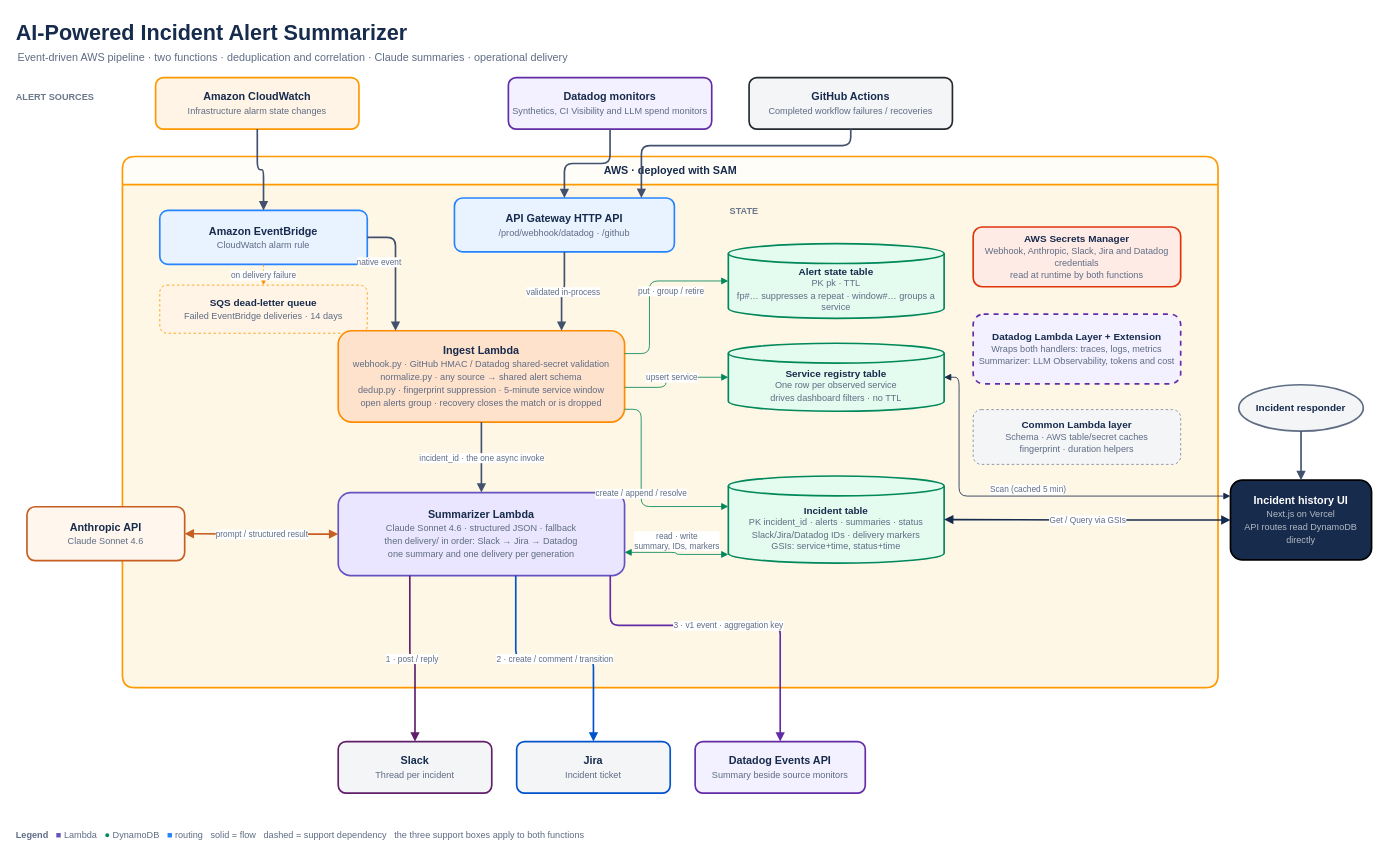
Before: docs/architecture.drawio in snacksnack/ai-incident-summarizer, a draw.io diagram. Source tidied: cells renumbered, new cells numbered last; positions are measured from the earlier drawing's top-left corner, leaving out a move shared by most shapes. Both pictures are drawn from the tidied source at 83%, with x=0, y=0 at pixel (14, 14).
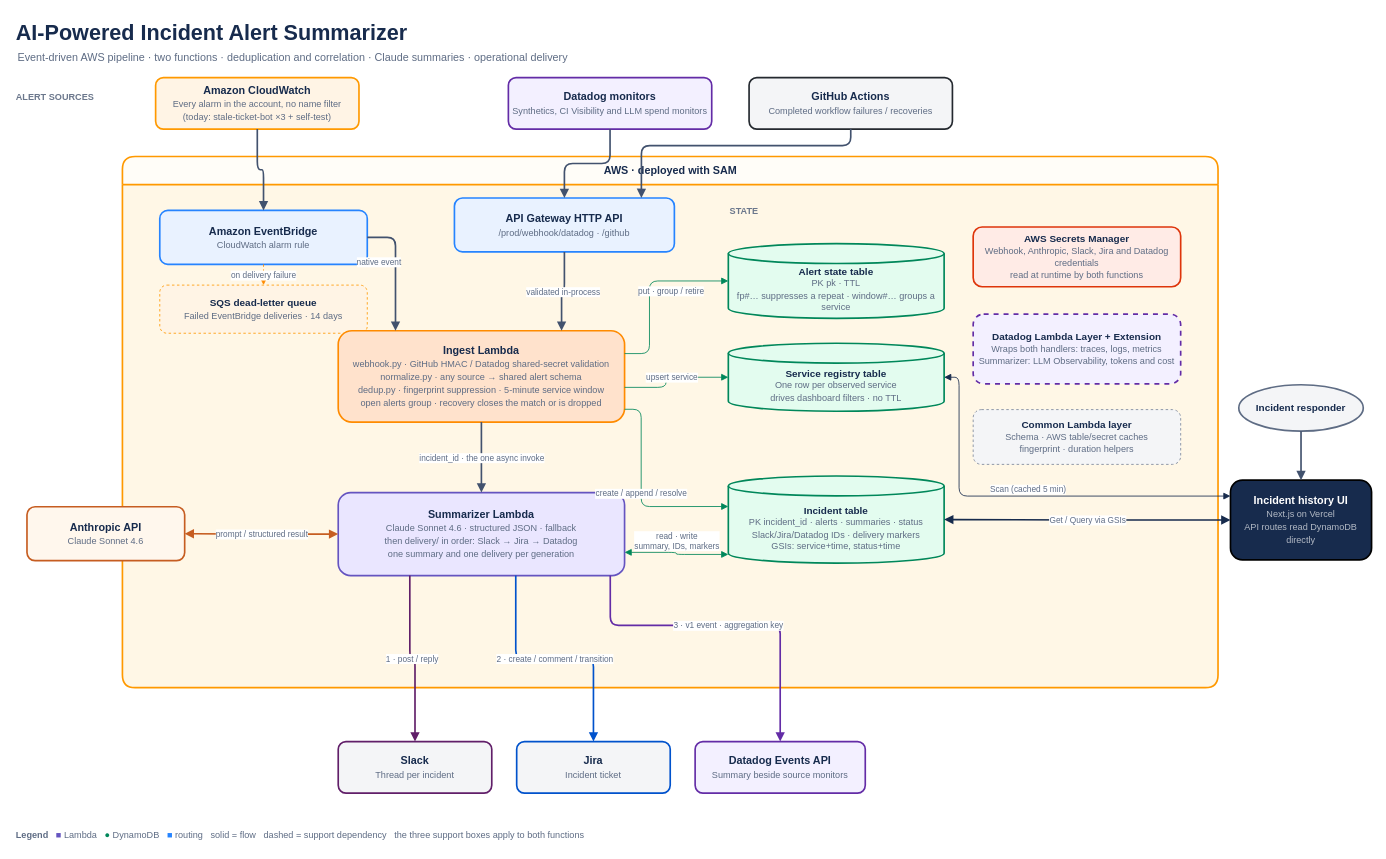
The same diagram, later.

Commit message (it also covers changes not shown here):
RC1-435: document how the CloudWatch source is fed

Diff of the diagram source:
```diff
@@
-    <mxCell id="5" value="&lt;b&gt;Amazon CloudWatch&lt;/b&gt;&lt;br&gt;&lt;font style=&quot;font-size:11px;color:#5E6C84&quot;&gt;Infrastructure alarm state changes&lt;/font&gt;" style="rounded=1;whiteSpace=wrap;html=1;fillColor=#FFF4E5;strokeColor=#FF9900;strokeWidth=2;fontSize=13;fontColor=#172B4D;" parent="1" vertex="1">
+    <mxCell id="5" value="&lt;b&gt;Amazon CloudWatch&lt;/b&gt;&lt;br&gt;&lt;font style=&quot;font-size:11px;color:#5E6C84&quot;&gt;Every alarm in the account, no name filter&lt;br&gt;(today: stale-ticket-bot ×3 + self-test)&lt;/font&gt;" style="rounded=1;whiteSpace=wrap;html=1;fillColor=#FFF4E5;strokeColor=#FF9900;strokeWidth=2;fontSize=13;fontColor=#172B4D;" parent="1" vertex="1">
       <mxGeometry x="170" y="76" width="245" height="62" as="geometry" />
     </mxCell>
```
